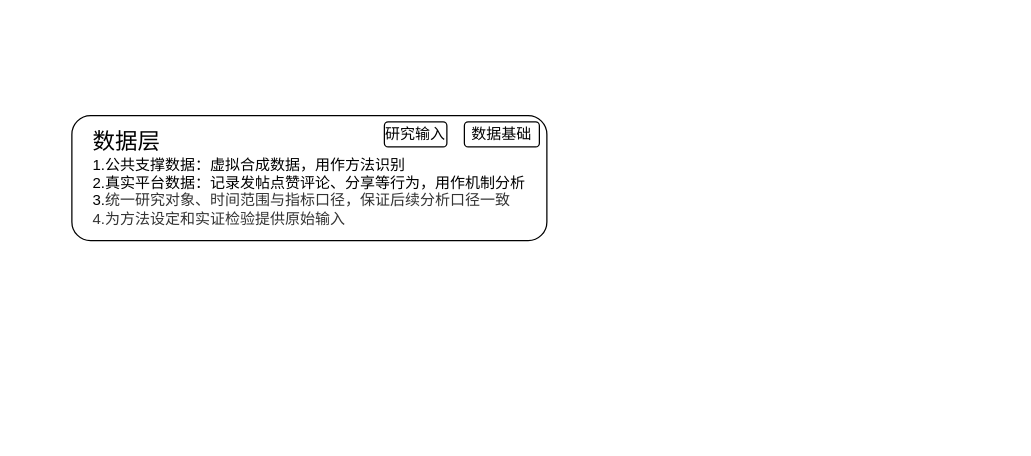
The draw.io diagram 未命名绘图.drawio in suerzzh/awesome, before the edit. Source tidied: cells renumbered, new cells numbered last; positions are measured from the earlier drawing's top-left corner, leaving out a move shared by most shapes. Both pictures are drawn from the tidied source at 125%, with x=0, y=0 at pixel (71, 115).
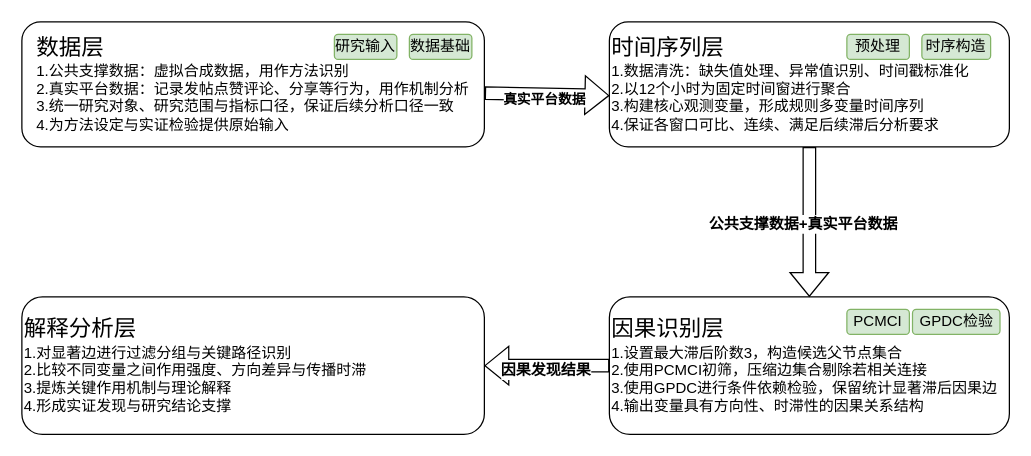
The same diagram, later.

Commit message:
更新未命名绘图.drawio

Change to the diagram source:
```diff
@@
 <mxGraphModel>
   <root>
     <mxCell id="0" />
     <mxCell id="1" parent="0" />
-    <mxCell id="2" value="&lt;div style=&quot;text-align: left;&quot;&gt;&lt;span style=&quot;background-color: transparent; color: light-dark(rgb(0, 0, 0), rgb(255, 255, 255));&quot;&gt;&lt;font style=&quot;font-size: 18px;&quot;&gt;数据层&amp;nbsp; &amp;nbsp; &amp;nbsp; &amp;nbsp; &amp;nbsp; &amp;nbsp; &amp;nbsp; &amp;nbsp; &amp;nbsp; &amp;nbsp; &amp;nbsp; &amp;nbsp; &amp;nbsp; &amp;nbsp; &amp;nbsp; &amp;nbsp;&lt;/font&gt;&lt;/span&gt;&lt;/div&gt;&lt;div style=&quot;text-align: left;&quot;&gt;1.公共支撑数据：虚拟合成数据，用作方法识别&lt;/div&gt;&lt;div style=&quot;text-align: left;&quot;&gt;2.真实平台数据：记录发帖点赞评论、分享等行为，用作机制分析&lt;/div&gt;&lt;div style=&quot;text-align: left;&quot;&gt;3.&lt;span style=&quot;background-color: rgb(255, 255, 255); color: rgb(51, 51, 51); orphans: 4; white-space-collapse: preserve;&quot;&gt;&lt;font style=&quot;&quot; face=&quot;Helvetica&quot;&gt;统一研究对象、时间范围与指标口径，保证后续分析口径一致&lt;/font&gt;&lt;/span&gt;&lt;/div&gt;&lt;div style=&quot;text-align: left;&quot;&gt;&lt;span style=&quot;background-color: rgb(255, 255, 255); color: rgb(51, 51, 51); orphans: 4; white-space-collapse: preserve;&quot;&gt;&lt;font style=&quot;&quot; face=&quot;Helvetica&quot;&gt;4.为方法设定和实证检验提供原始输入&lt;/font&gt;&lt;/span&gt;&lt;/div&gt;" style="rounded=1;whiteSpace=wrap;html=1;" parent="1" vertex="1">
-      <mxGeometry width="380" height="100" as="geometry" />
+    <mxCell id="2" value="&lt;div style=&quot;text-align: left;&quot;&gt;&lt;span style=&quot;background-color: transparent; color: light-dark(rgb(0, 0, 0), rgb(255, 255, 255));&quot;&gt;&lt;font style=&quot;font-size: 18px;&quot;&gt;数据层&amp;nbsp; &amp;nbsp; &amp;nbsp; &amp;nbsp; &amp;nbsp; &amp;nbsp; &amp;nbsp; &amp;nbsp; &amp;nbsp; &amp;nbsp; &amp;nbsp; &amp;nbsp; &amp;nbsp; &amp;nbsp; &amp;nbsp; &amp;nbsp;&lt;/font&gt;&lt;/span&gt;&lt;/div&gt;&lt;div style=&quot;text-align: left;&quot;&gt;1.公共支撑数据：虚拟合成数据，用作方法识别&lt;/div&gt;&lt;div style=&quot;text-align: left;&quot;&gt;2.真实平台数据：记录发帖点赞评论、分享等行为，用作机制分析&lt;/div&gt;&lt;div style=&quot;orphans: 4; text-align: left;&quot;&gt;3.统一研究对象、研究范围与指标口径，保证后续分析口径一致&lt;/div&gt;&lt;div style=&quot;orphans: 4; text-align: left;&quot;&gt;4.为方法设定与实证检验提供原始输入&lt;/div&gt;" style="rounded=1;whiteSpace=wrap;html=1;" parent="1" vertex="1">
+      <mxGeometry x="-40" y="-75" width="370" height="100" as="geometry" />
     </mxCell>
-    <mxCell id="3" value="研究输入" style="rounded=1;whiteSpace=wrap;html=1;" parent="1" vertex="1">
-      <mxGeometry x="250" y="5" width="50" height="20" as="geometry" />
+    <mxCell id="3" value="研究输入" style="rounded=1;whiteSpace=wrap;html=1;fillColor=#d5e8d4;strokeColor=#82b366;" parent="1" vertex="1">
+      <mxGeometry x="210" y="-65" width="50" height="20" as="geometry" />
     </mxCell>
-    <mxCell id="4" value="数据基础" style="rounded=1;whiteSpace=wrap;html=1;" parent="1" vertex="1">
-      <mxGeometry x="314" y="5" width="60" height="20" as="geometry" />
+    <mxCell id="4" value="数据基础" style="rounded=1;whiteSpace=wrap;html=1;fillColor=#d5e8d4;strokeColor=#82b366;" parent="1" vertex="1">
+      <mxGeometry x="270" y="-65" width="50" height="20" as="geometry" />
     </mxCell>
+    <mxCell id="5" value="&lt;font style=&quot;font-size: 18px;&quot;&gt;时间序列层&lt;/font&gt;&lt;div&gt;1.数据清洗：缺失值处理、异常值识别、时间戳标准化&lt;/div&gt;&lt;div&gt;2.以12个小时为固定时间窗进行聚合&lt;/div&gt;&lt;div&gt;3.构建核心观测变量，形成规则多变量时间序列&lt;/div&gt;&lt;div&gt;4.保证各窗口可比、连续、满足后续滞后分析要求&lt;/div&gt;" style="rounded=1;whiteSpace=wrap;html=1;align=left;" parent="1" vertex="1">
+      <mxGeometry x="430" y="-75" width="320" height="100" as="geometry" />
+    </mxCell>
+    <mxCell id="6" value="预处理" style="rounded=1;whiteSpace=wrap;html=1;fillColor=#d5e8d4;strokeColor=#82b366;" parent="1" vertex="1">
+      <mxGeometry x="620" y="-65" width="50" height="20" as="geometry" />
+    </mxCell>
+    <mxCell id="7" value="时序构造" style="rounded=1;whiteSpace=wrap;html=1;fillColor=#d5e8d4;strokeColor=#82b366;" parent="1" vertex="1">
+      <mxGeometry x="680" y="-65" width="55" height="20" as="geometry" />
+    </mxCell>
+    <mxCell id="8" style="shape=flexArrow;endArrow=classic;html=1;rounded=0;exitX=1.001;exitY=0.57;exitDx=0;exitDy=0;exitPerimeter=0;" parent="1" edge="1" source="2">
+      <mxGeometry relative="1" as="geometry">
+        <mxPoint x="430" y="-16" as="targetPoint" />
+      </mxGeometry>
+    </mxCell>
+    <mxCell id="9" value="&lt;b&gt;真实平台数据&lt;/b&gt;" style="edgeLabel;html=1;align=center;verticalAlign=middle;" parent="8" vertex="1">
+      <mxGeometry x="-0.05" y="-4" relative="1" as="geometry" />
+    </mxCell>
+    <mxCell id="10" style="edgeStyle=orthogonalEdgeStyle;rounded=0;jettySize=auto;html=1;shape=flexArrow;" parent="1" edge="1" source="12" target="15">
+      <mxGeometry relative="1" as="geometry" />
+    </mxCell>
+    <mxCell id="11" value="&lt;font style=&quot;font-size: 12px;&quot;&gt;&lt;b&gt;因果发现结果&lt;/b&gt;&lt;/font&gt;" style="edgeLabel;html=1;align=center;verticalAlign=middle;" parent="10" vertex="1">
+      <mxGeometry x="0.03" y="3" relative="1" as="geometry" />
+    </mxCell>
+    <mxCell id="12" value="&lt;font style=&quot;font-size: 18px;&quot;&gt;因果识别层&lt;/font&gt;&lt;div&gt;1.设置最大滞后阶数3，构造候选父节点集合&lt;/div&gt;&lt;div&gt;2.使用PCMCI初筛，压缩边集合剔除若相关连接&lt;/div&gt;&lt;div&gt;3.使用GPDC进行条件依赖检验，保留统计显著滞后因果边&lt;/div&gt;&lt;div&gt;4.输出变量具有方向性、时滞性的因果关系结构&lt;/div&gt;" style="rounded=1;whiteSpace=wrap;html=1;align=left;" parent="1" vertex="1">
+      <mxGeometry x="430" y="145" width="320" height="110" as="geometry" />
+    </mxCell>
+    <mxCell id="13" style="shape=flexArrow;endArrow=classic;html=1;rounded=0;entryX=0.5;entryY=0;entryDx=0;entryDy=0;exitX=0.5;exitY=1;exitDx=0;exitDy=0;" parent="1" edge="1" source="5" target="12">
+      <mxGeometry relative="1" as="geometry" />
+    </mxCell>
+    <mxCell id="14" value="&lt;font style=&quot;font-size: 12px;&quot;&gt;&lt;b&gt;公共支撑数据+真实平台数据&lt;/b&gt;&lt;/font&gt;" style="edgeLabel;html=1;align=center;verticalAlign=middle;" parent="13" vertex="1">
+      <mxGeometry x="0.01" y="-6" relative="1" as="geometry" />
+    </mxCell>
+    <mxCell id="15" value="&lt;div&gt;&lt;font style=&quot;font-size: 18px;&quot;&gt;解释分析层&lt;/font&gt;&lt;/div&gt;&lt;div&gt;1.对显著边进行过滤分组与关键路径识别&lt;/div&gt;&lt;div&gt;2.比较不同变量之间作用强度、方向差异与传播时滞&lt;/div&gt;&lt;div&gt;3.提炼关键作用机制与理论解释&lt;/div&gt;&lt;div&gt;4.形成实证发现与研究结论支撑&lt;/div&gt;" style="rounded=1;whiteSpace=wrap;html=1;align=left;" parent="1" vertex="1">
+      <mxGeometry x="-40" y="145" width="370" height="110" as="geometry" />
+    </mxCell>
+    <mxCell id="16" value="PCMCI" style="rounded=1;whiteSpace=wrap;html=1;fillColor=#d5e8d4;strokeColor=#82b366;" parent="1" vertex="1">
+      <mxGeometry x="620" y="155" width="50" height="20" as="geometry" />
+    </mxCell>
+    <mxCell id="17" value="GPDC检验" style="rounded=1;whiteSpace=wrap;html=1;fillColor=#d5e8d4;strokeColor=#82b366;" parent="1" vertex="1">
+      <mxGeometry x="672.5" y="155" width="70" height="20" as="geometry" />
+    </mxCell>
   </root>
 </mxGraphModel>
```
